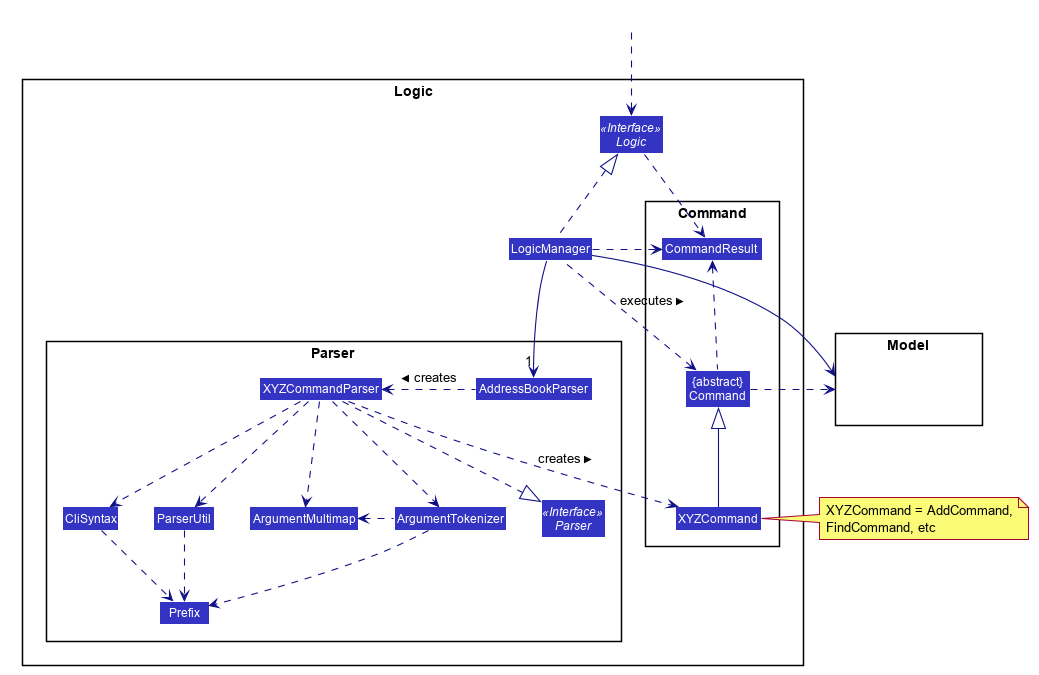
This is docs/images/LogicClassDiagram.png from nus-cs2103-AY2021S2/tp, a PlantUML export, as it was before one commit.
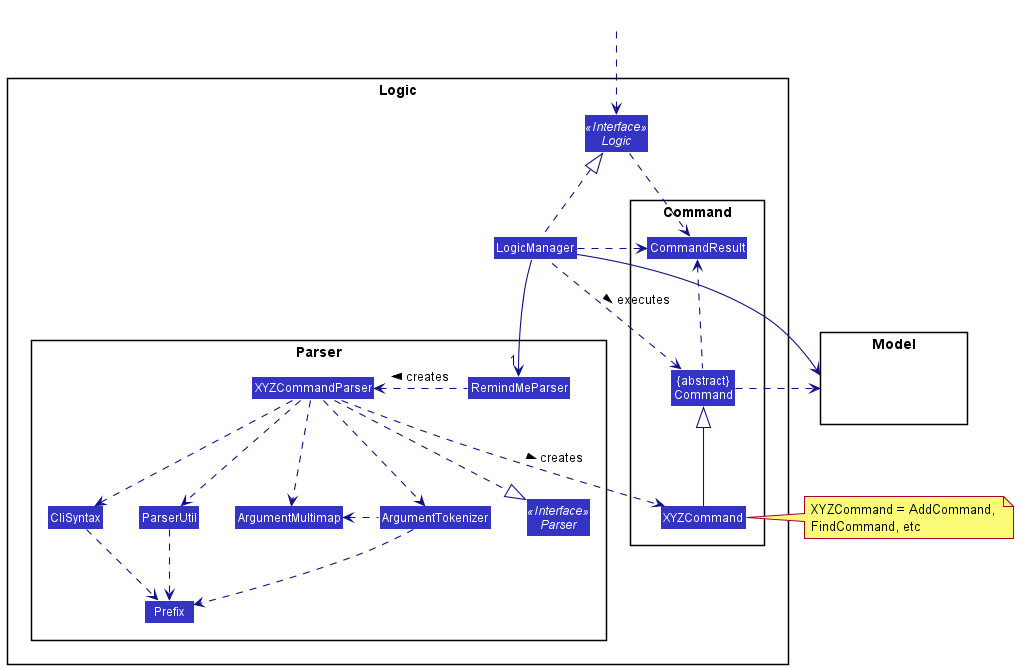
The same diagram one commit later.

What changed in the source:
```diff
@@ -1,61 +1,14 @@
 @startuml
-
-
-
-
-
-
-
-
-skinparam BackgroundColor #FFFFFFF
-
-skinparam Shadowing false
-
-skinparam Class {
-    FontColor #FFFFFF
-    BorderThickness 1
-    BorderColor #FFFFFF
-    StereotypeFontColor #FFFFFF
-    FontName Arial
-}
-
-skinparam Actor {
-    BorderColor #000000
-    Color #000000
-    FontName Arial
-}
-
-skinparam Sequence {
-    MessageAlign center
-    BoxFontSize 15
-    BoxPadding 0
-    BoxFontColor #FFFFFF
-    FontName Arial
-}
-
-skinparam Participant {
-    FontColor #FFFFFFF
-    Padding 20
-}
-
-skinparam MinClassWidth 50
-skinparam ParticipantPadding 10
-skinparam Shadowing false
-skinparam DefaultTextAlignment center
-skinparam packageStyle Rectangle
-
-hide footbox
-hide members
-hide circle
+!include style.puml
 skinparam arrowThickness 1.1
-skinparam arrowColor #101086
-skinparam classBackgroundColor #3333C4
+skinparam arrowColor LOGIC_COLOR_T4
+skinparam classBackgroundColor LOGIC_COLOR
 
 package Logic {
 
 package Parser {
 Interface Parser <<Interface>>
-Class AddressBookParser
+Class RemindMeParser
 Class XYZCommandParser
 Class CliSyntax
 Class ParserUtil
@@ -82,8 +35,8 @@
 HiddenOutside ..> Logic
 
 LogicManager .up.|> Logic
-LogicManager -->"1" AddressBookParser
-AddressBookParser .left.> XYZCommandParser: creates >
+LogicManager -->"1" RemindMeParser
+RemindMeParser .left.> XYZCommandParser: creates >
 
 XYZCommandParser ..> XYZCommand : creates >
 XYZCommandParser ..|> Parser
```
